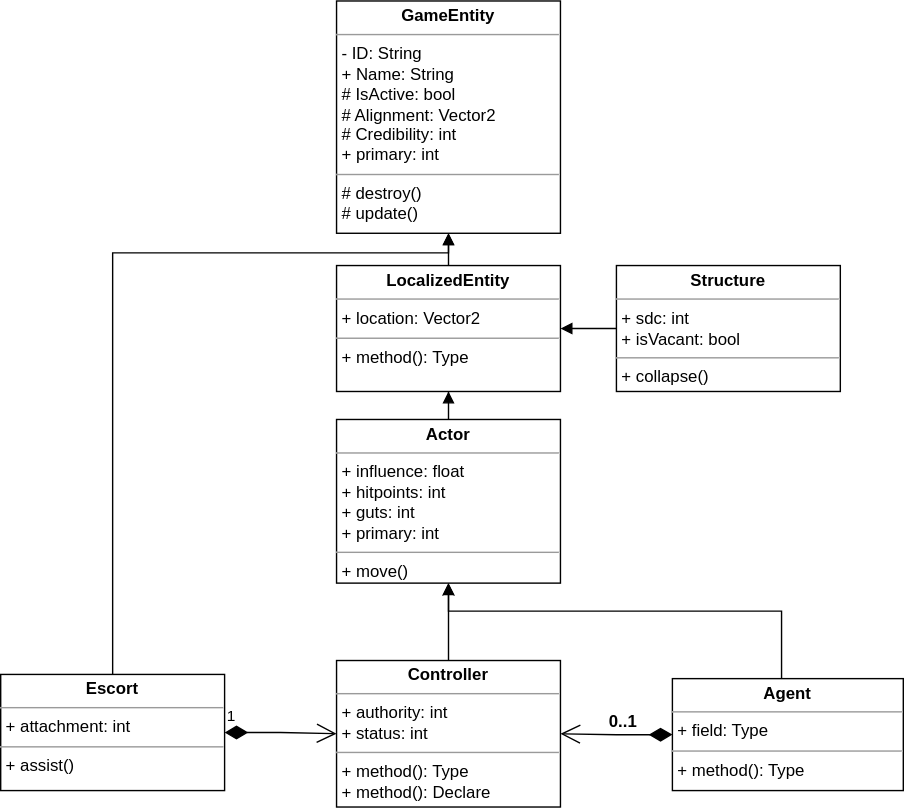
Above: TheProspector/Assets/Schematics/Entity.svg in SakuNurmiranta/TheProspector (draw.io), before the change. Source tidied: cells renumbered, new cells last; positions are measured from the earlier drawing's top-left corner, leaving out a move shared by most shapes. The source it was exported from:
```xml
<mxGraphModel>
  <root>
    <mxCell id="0" />
    <mxCell id="1" parent="0" />
    <mxCell id="2" value="&lt;p style=&quot;margin:0px;margin-top:4px;text-align:center;&quot;&gt;&lt;b&gt;GameEntity&lt;/b&gt;&lt;/p&gt;&lt;hr size=&quot;1&quot;&gt;&lt;p style=&quot;margin:0px;margin-left:4px;&quot;&gt;- ID: String&lt;/p&gt;&lt;p style=&quot;border-color: var(--border-color); margin: 0px 0px 0px 4px;&quot;&gt;+ Name: String&lt;/p&gt;&lt;p style=&quot;border-color: var(--border-color); margin: 0px 0px 0px 4px;&quot;&gt;# IsActive: bool&lt;/p&gt;&lt;p style=&quot;border-color: var(--border-color); margin: 0px 0px 0px 4px;&quot;&gt;# Alignment: Vector2&lt;/p&gt;&lt;p style=&quot;border-color: var(--border-color); margin: 0px 0px 0px 4px;&quot;&gt;# Credibility: int&lt;/p&gt;&lt;p style=&quot;border-color: var(--border-color); margin: 0px 0px 0px 4px;&quot;&gt;+ primary: int&lt;/p&gt;&lt;hr size=&quot;1&quot;&gt;&lt;p style=&quot;margin:0px;margin-left:4px;&quot;&gt;&lt;span style=&quot;background-color: initial;&quot;&gt;# destroy()&lt;/span&gt;&lt;br&gt;&lt;/p&gt;&lt;p style=&quot;margin:0px;margin-left:4px;&quot;&gt;# update()&lt;/p&gt;" style="verticalAlign=top;align=left;overflow=fill;fontSize=12;fontFamily=Helvetica;html=1;whiteSpace=wrap;" parent="1" vertex="1">
      <mxGeometry x="240" width="160" height="166" as="geometry" />
    </mxCell>
    <mxCell id="3" style="edgeStyle=orthogonalEdgeStyle;rounded=0;jettySize=auto;html=1;entryX=0.5;entryY=1;entryDx=0;entryDy=0;endArrow=block;endFill=1;" parent="1" edge="1" source="4" target="9">
      <mxGeometry relative="1" as="geometry" />
    </mxCell>
    <mxCell id="4" value="&lt;p style=&quot;margin:0px;margin-top:4px;text-align:center;&quot;&gt;&lt;b&gt;Controller&lt;/b&gt;&lt;/p&gt;&lt;hr size=&quot;1&quot;&gt;&lt;p style=&quot;margin:0px;margin-left:4px;&quot;&gt;+ authority: int&lt;/p&gt;&lt;p style=&quot;margin:0px;margin-left:4px;&quot;&gt;+ status: int&lt;/p&gt;&lt;hr size=&quot;1&quot;&gt;&lt;p style=&quot;margin:0px;margin-left:4px;&quot;&gt;+ method(): Type&lt;/p&gt;&lt;p style=&quot;margin:0px;margin-left:4px;&quot;&gt;+ method(): Declare&lt;/p&gt;" style="verticalAlign=top;align=left;overflow=fill;fontSize=12;fontFamily=Helvetica;html=1;whiteSpace=wrap;" parent="1" vertex="1">
      <mxGeometry x="240" y="471.3" width="160" height="104.7" as="geometry" />
    </mxCell>
    <mxCell id="5" style="edgeStyle=orthogonalEdgeStyle;rounded=0;jettySize=auto;html=1;entryX=0.5;entryY=1;entryDx=0;entryDy=0;" parent="1" edge="1" source="6" target="9">
      <mxGeometry relative="1" as="geometry">
        <Array as="points">
          <mxPoint x="558" y="436" />
          <mxPoint x="320" y="436" />
        </Array>
      </mxGeometry>
    </mxCell>
    <mxCell id="6" value="&lt;p style=&quot;margin:0px;margin-top:4px;text-align:center;&quot;&gt;&lt;b&gt;Agent&lt;/b&gt;&lt;/p&gt;&lt;hr size=&quot;1&quot;&gt;&lt;p style=&quot;margin:0px;margin-left:4px;&quot;&gt;+ field: Type&lt;/p&gt;&lt;hr size=&quot;1&quot;&gt;&lt;p style=&quot;margin:0px;margin-left:4px;&quot;&gt;+ method(): Type&lt;/p&gt;" style="verticalAlign=top;align=left;overflow=fill;fontSize=12;fontFamily=Helvetica;html=1;whiteSpace=wrap;" parent="1" vertex="1">
      <mxGeometry x="480" y="484.2" width="165" height="80" as="geometry" />
    </mxCell>
    <mxCell id="7" value="&lt;font style=&quot;font-size: 12px;&quot;&gt;&lt;b&gt;0..1&lt;/b&gt;&lt;/font&gt;" style="endArrow=open;html=1;endSize=12;startArrow=diamondThin;startSize=14;startFill=1;edgeStyle=orthogonalEdgeStyle;align=left;verticalAlign=bottom;rounded=0;exitX=0;exitY=0.5;exitDx=0;exitDy=0;entryX=1;entryY=0.5;entryDx=0;entryDy=0;" parent="1" edge="1" source="6" target="4">
      <mxGeometry x="0.2" relative="1" as="geometry" />
    </mxCell>
    <mxCell id="8" style="edgeStyle=orthogonalEdgeStyle;rounded=0;jettySize=auto;html=1;endArrow=block;endFill=1;" parent="1" edge="1" source="9" target="14">
      <mxGeometry relative="1" as="geometry" />
    </mxCell>
    <mxCell id="9" value="&lt;p style=&quot;margin:0px;margin-top:4px;text-align:center;&quot;&gt;&lt;b&gt;Actor&lt;/b&gt;&lt;/p&gt;&lt;hr size=&quot;1&quot;&gt;&lt;p style=&quot;margin:0px;margin-left:4px;&quot;&gt;&lt;span style=&quot;background-color: initial;&quot;&gt;+ influence: float&lt;/span&gt;&lt;br&gt;&lt;/p&gt;&lt;p style=&quot;margin:0px;margin-left:4px;&quot;&gt;&lt;span style=&quot;background-color: initial;&quot;&gt;+ hitpoints: int&lt;/span&gt;&lt;/p&gt;&lt;p style=&quot;margin:0px;margin-left:4px;&quot;&gt;&lt;span style=&quot;background-color: initial;&quot;&gt;+ guts: int&lt;/span&gt;&lt;/p&gt;&lt;p style=&quot;margin:0px;margin-left:4px;&quot;&gt;&lt;span style=&quot;background-color: initial;&quot;&gt;+ primary: int&lt;/span&gt;&lt;/p&gt;&lt;hr size=&quot;1&quot;&gt;&lt;p style=&quot;margin:0px;margin-left:4px;&quot;&gt;+ move()&lt;/p&gt;" style="verticalAlign=top;align=left;overflow=fill;fontSize=12;fontFamily=Helvetica;html=1;whiteSpace=wrap;" parent="1" vertex="1">
      <mxGeometry x="240" y="299.1" width="160" height="116.9" as="geometry" />
    </mxCell>
    <mxCell id="10" style="edgeStyle=orthogonalEdgeStyle;rounded=0;jettySize=auto;html=1;entryX=0.5;entryY=1;entryDx=0;entryDy=0;endArrow=block;endFill=1;" parent="1" edge="1" source="11" target="2">
      <mxGeometry relative="1" as="geometry">
        <Array as="points">
          <mxPoint x="80" y="180.1" />
          <mxPoint x="320" y="180.1" />
        </Array>
      </mxGeometry>
    </mxCell>
    <mxCell id="11" value="&lt;p style=&quot;margin:0px;margin-top:4px;text-align:center;&quot;&gt;&lt;b&gt;Escort&lt;/b&gt;&lt;/p&gt;&lt;hr size=&quot;1&quot;&gt;&lt;p style=&quot;margin:0px;margin-left:4px;&quot;&gt;+ attachment: int&lt;br&gt;&lt;/p&gt;&lt;hr size=&quot;1&quot;&gt;&lt;p style=&quot;margin:0px;margin-left:4px;&quot;&gt;+ assist()&lt;/p&gt;" style="verticalAlign=top;align=left;overflow=fill;fontSize=12;fontFamily=Helvetica;html=1;whiteSpace=wrap;" parent="1" vertex="1">
      <mxGeometry y="481.2" width="160" height="83" as="geometry" />
    </mxCell>
    <mxCell id="12" value="1" style="endArrow=open;html=1;endSize=12;startArrow=diamondThin;startSize=14;startFill=1;edgeStyle=orthogonalEdgeStyle;align=left;verticalAlign=bottom;rounded=0;" parent="1" edge="1" source="11" target="4">
      <mxGeometry x="-1" y="3" relative="1" as="geometry" />
    </mxCell>
    <mxCell id="13" style="edgeStyle=orthogonalEdgeStyle;rounded=0;jettySize=auto;html=1;endArrow=block;endFill=1;" parent="1" edge="1" source="14" target="2">
      <mxGeometry relative="1" as="geometry" />
    </mxCell>
    <mxCell id="14" value="&lt;p style=&quot;margin:0px;margin-top:4px;text-align:center;&quot;&gt;&lt;b&gt;LocalizedEntity&lt;/b&gt;&lt;/p&gt;&lt;hr size=&quot;1&quot;&gt;&lt;p style=&quot;margin:0px;margin-left:4px;&quot;&gt;+ location: Vector2&lt;/p&gt;&lt;hr size=&quot;1&quot;&gt;&lt;p style=&quot;margin:0px;margin-left:4px;&quot;&gt;+ method(): Type&lt;/p&gt;" style="verticalAlign=top;align=left;overflow=fill;fontSize=12;fontFamily=Helvetica;html=1;whiteSpace=wrap;" parent="1" vertex="1">
      <mxGeometry x="240" y="189.1" width="160" height="90" as="geometry" />
    </mxCell>
    <mxCell id="15" style="edgeStyle=orthogonalEdgeStyle;rounded=0;jettySize=auto;html=1;entryX=1;entryY=0.5;entryDx=0;entryDy=0;endArrow=block;endFill=1;" parent="1" edge="1" source="16" target="14">
      <mxGeometry relative="1" as="geometry" />
    </mxCell>
    <mxCell id="16" value="&lt;p style=&quot;margin:0px;margin-top:4px;text-align:center;&quot;&gt;&lt;b&gt;Structure&lt;/b&gt;&lt;/p&gt;&lt;hr size=&quot;1&quot;&gt;&lt;p style=&quot;margin:0px;margin-left:4px;&quot;&gt;+ sdc: int&lt;/p&gt;&lt;p style=&quot;margin:0px;margin-left:4px;&quot;&gt;+ isVacant: bool&lt;/p&gt;&lt;hr size=&quot;1&quot;&gt;&lt;p style=&quot;margin:0px;margin-left:4px;&quot;&gt;+ collapse()&lt;/p&gt;" style="verticalAlign=top;align=left;overflow=fill;fontSize=12;fontFamily=Helvetica;html=1;whiteSpace=wrap;" parent="1" vertex="1">
      <mxGeometry x="440" y="189.1" width="160" height="90" as="geometry" />
    </mxCell>
  </root>
</mxGraphModel>
```
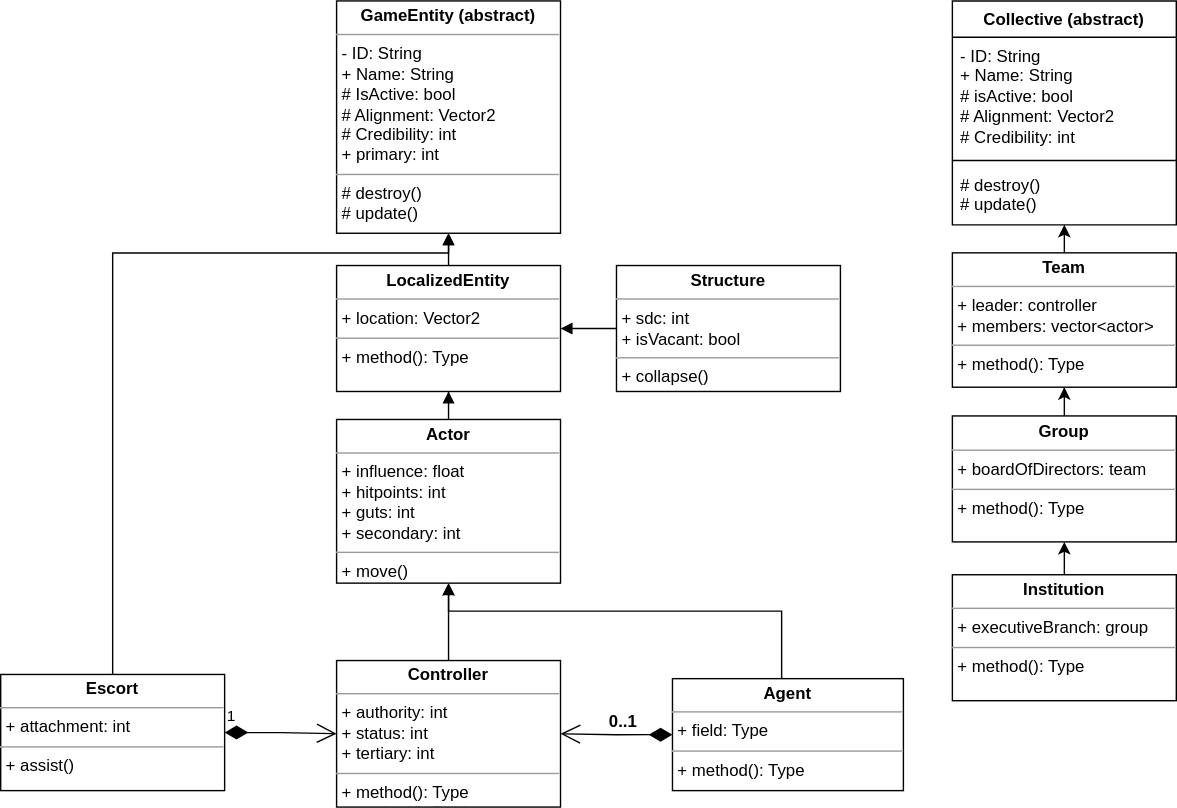
The same file after the commit.

Commit message:
Started to design the collective class

The edit, as a diff of the source:
```diff
@@ -2,13 +2,13 @@
   <root>
     <mxCell id="0" />
     <mxCell id="1" parent="0" />
-    <mxCell id="2" value="&lt;p style=&quot;margin:0px;margin-top:4px;text-align:center;&quot;&gt;&lt;b&gt;GameEntity&lt;/b&gt;&lt;/p&gt;&lt;hr size=&quot;1&quot;&gt;&lt;p style=&quot;margin:0px;margin-left:4px;&quot;&gt;- ID: String&lt;/p&gt;&lt;p style=&quot;border-color: var(--border-color); margin: 0px 0px 0px 4px;&quot;&gt;+ Name: String&lt;/p&gt;&lt;p style=&quot;border-color: var(--border-color); margin: 0px 0px 0px 4px;&quot;&gt;# IsActive: bool&lt;/p&gt;&lt;p style=&quot;border-color: var(--border-color); margin: 0px 0px 0px 4px;&quot;&gt;# Alignment: Vector2&lt;/p&gt;&lt;p style=&quot;border-color: var(--border-color); margin: 0px 0px 0px 4px;&quot;&gt;# Credibility: int&lt;/p&gt;&lt;p style=&quot;border-color: var(--border-color); margin: 0px 0px 0px 4px;&quot;&gt;+ primary: int&lt;/p&gt;&lt;hr size=&quot;1&quot;&gt;&lt;p style=&quot;margin:0px;margin-left:4px;&quot;&gt;&lt;span style=&quot;background-color: initial;&quot;&gt;# destroy()&lt;/span&gt;&lt;br&gt;&lt;/p&gt;&lt;p style=&quot;margin:0px;margin-left:4px;&quot;&gt;# update()&lt;/p&gt;" style="verticalAlign=top;align=left;overflow=fill;fontSize=12;fontFamily=Helvetica;html=1;whiteSpace=wrap;" parent="1" vertex="1">
+    <mxCell id="2" value="&lt;p style=&quot;margin:0px;margin-top:4px;text-align:center;&quot;&gt;&lt;b&gt;GameEntity (abstract)&lt;/b&gt;&lt;/p&gt;&lt;hr size=&quot;1&quot;&gt;&lt;p style=&quot;margin:0px;margin-left:4px;&quot;&gt;- ID: String&lt;/p&gt;&lt;p style=&quot;border-color: var(--border-color); margin: 0px 0px 0px 4px;&quot;&gt;+ Name: String&lt;/p&gt;&lt;p style=&quot;border-color: var(--border-color); margin: 0px 0px 0px 4px;&quot;&gt;# IsActive: bool&lt;/p&gt;&lt;p style=&quot;border-color: var(--border-color); margin: 0px 0px 0px 4px;&quot;&gt;# Alignment: Vector2&lt;/p&gt;&lt;p style=&quot;border-color: var(--border-color); margin: 0px 0px 0px 4px;&quot;&gt;# Credibility: int&lt;/p&gt;&lt;p style=&quot;border-color: var(--border-color); margin: 0px 0px 0px 4px;&quot;&gt;+ primary: int&lt;/p&gt;&lt;hr size=&quot;1&quot;&gt;&lt;p style=&quot;margin:0px;margin-left:4px;&quot;&gt;&lt;span style=&quot;background-color: initial;&quot;&gt;# destroy()&lt;/span&gt;&lt;br&gt;&lt;/p&gt;&lt;p style=&quot;margin:0px;margin-left:4px;&quot;&gt;# update()&lt;/p&gt;" style="verticalAlign=top;align=left;overflow=fill;fontSize=12;fontFamily=Helvetica;html=1;whiteSpace=wrap;" parent="1" vertex="1">
       <mxGeometry x="240" width="160" height="166" as="geometry" />
     </mxCell>
     <mxCell id="3" style="edgeStyle=orthogonalEdgeStyle;rounded=0;jettySize=auto;html=1;entryX=0.5;entryY=1;entryDx=0;entryDy=0;endArrow=block;endFill=1;" parent="1" edge="1" source="4" target="9">
       <mxGeometry relative="1" as="geometry" />
     </mxCell>
-    <mxCell id="4" value="&lt;p style=&quot;margin:0px;margin-top:4px;text-align:center;&quot;&gt;&lt;b&gt;Controller&lt;/b&gt;&lt;/p&gt;&lt;hr size=&quot;1&quot;&gt;&lt;p style=&quot;margin:0px;margin-left:4px;&quot;&gt;+ authority: int&lt;/p&gt;&lt;p style=&quot;margin:0px;margin-left:4px;&quot;&gt;+ status: int&lt;/p&gt;&lt;hr size=&quot;1&quot;&gt;&lt;p style=&quot;margin:0px;margin-left:4px;&quot;&gt;+ method(): Type&lt;/p&gt;&lt;p style=&quot;margin:0px;margin-left:4px;&quot;&gt;+ method(): Declare&lt;/p&gt;" style="verticalAlign=top;align=left;overflow=fill;fontSize=12;fontFamily=Helvetica;html=1;whiteSpace=wrap;" parent="1" vertex="1">
+    <mxCell id="4" value="&lt;p style=&quot;margin:0px;margin-top:4px;text-align:center;&quot;&gt;&lt;b&gt;Controller&lt;/b&gt;&lt;/p&gt;&lt;hr size=&quot;1&quot;&gt;&lt;p style=&quot;margin:0px;margin-left:4px;&quot;&gt;+ authority: int&lt;/p&gt;&lt;p style=&quot;margin:0px;margin-left:4px;&quot;&gt;+ status: int&lt;/p&gt;&lt;p style=&quot;margin:0px;margin-left:4px;&quot;&gt;+ tertiary: int&lt;/p&gt;&lt;hr size=&quot;1&quot;&gt;&lt;p style=&quot;margin:0px;margin-left:4px;&quot;&gt;+ method(): Type&lt;/p&gt;&lt;p style=&quot;margin:0px;margin-left:4px;&quot;&gt;+ method(): Declare&lt;/p&gt;" style="verticalAlign=top;align=left;overflow=fill;fontSize=12;fontFamily=Helvetica;html=1;whiteSpace=wrap;" parent="1" vertex="1">
       <mxGeometry x="240" y="471.3" width="160" height="104.7" as="geometry" />
     </mxCell>
     <mxCell id="5" style="edgeStyle=orthogonalEdgeStyle;rounded=0;jettySize=auto;html=1;entryX=0.5;entryY=1;entryDx=0;entryDy=0;" parent="1" edge="1" source="6" target="9">
@@ -28,7 +28,7 @@
     <mxCell id="8" style="edgeStyle=orthogonalEdgeStyle;rounded=0;jettySize=auto;html=1;endArrow=block;endFill=1;" parent="1" edge="1" source="9" target="14">
       <mxGeometry relative="1" as="geometry" />
     </mxCell>
-    <mxCell id="9" value="&lt;p style=&quot;margin:0px;margin-top:4px;text-align:center;&quot;&gt;&lt;b&gt;Actor&lt;/b&gt;&lt;/p&gt;&lt;hr size=&quot;1&quot;&gt;&lt;p style=&quot;margin:0px;margin-left:4px;&quot;&gt;&lt;span style=&quot;background-color: initial;&quot;&gt;+ influence: float&lt;/span&gt;&lt;br&gt;&lt;/p&gt;&lt;p style=&quot;margin:0px;margin-left:4px;&quot;&gt;&lt;span style=&quot;background-color: initial;&quot;&gt;+ hitpoints: int&lt;/span&gt;&lt;/p&gt;&lt;p style=&quot;margin:0px;margin-left:4px;&quot;&gt;&lt;span style=&quot;background-color: initial;&quot;&gt;+ guts: int&lt;/span&gt;&lt;/p&gt;&lt;p style=&quot;margin:0px;margin-left:4px;&quot;&gt;&lt;span style=&quot;background-color: initial;&quot;&gt;+ primary: int&lt;/span&gt;&lt;/p&gt;&lt;hr size=&quot;1&quot;&gt;&lt;p style=&quot;margin:0px;margin-left:4px;&quot;&gt;+ move()&lt;/p&gt;" style="verticalAlign=top;align=left;overflow=fill;fontSize=12;fontFamily=Helvetica;html=1;whiteSpace=wrap;" parent="1" vertex="1">
+    <mxCell id="9" value="&lt;p style=&quot;margin:0px;margin-top:4px;text-align:center;&quot;&gt;&lt;b&gt;Actor&lt;/b&gt;&lt;/p&gt;&lt;hr size=&quot;1&quot;&gt;&lt;p style=&quot;margin:0px;margin-left:4px;&quot;&gt;&lt;span style=&quot;background-color: initial;&quot;&gt;+ influence: float&lt;/span&gt;&lt;br&gt;&lt;/p&gt;&lt;p style=&quot;margin:0px;margin-left:4px;&quot;&gt;&lt;span style=&quot;background-color: initial;&quot;&gt;+ hitpoints: int&lt;/span&gt;&lt;/p&gt;&lt;p style=&quot;margin:0px;margin-left:4px;&quot;&gt;&lt;span style=&quot;background-color: initial;&quot;&gt;+ guts: int&lt;/span&gt;&lt;/p&gt;&lt;p style=&quot;margin:0px;margin-left:4px;&quot;&gt;&lt;span style=&quot;background-color: initial;&quot;&gt;+ secondary: int&lt;/span&gt;&lt;/p&gt;&lt;hr size=&quot;1&quot;&gt;&lt;p style=&quot;margin:0px;margin-left:4px;&quot;&gt;+ move()&lt;/p&gt;" style="verticalAlign=top;align=left;overflow=fill;fontSize=12;fontFamily=Helvetica;html=1;whiteSpace=wrap;" parent="1" vertex="1">
       <mxGeometry x="240" y="299.1" width="160" height="116.9" as="geometry" />
     </mxCell>
     <mxCell id="10" style="edgeStyle=orthogonalEdgeStyle;rounded=0;jettySize=auto;html=1;entryX=0.5;entryY=1;entryDx=0;entryDy=0;endArrow=block;endFill=1;" parent="1" edge="1" source="11" target="2">
@@ -57,5 +57,35 @@
     <mxCell id="16" value="&lt;p style=&quot;margin:0px;margin-top:4px;text-align:center;&quot;&gt;&lt;b&gt;Structure&lt;/b&gt;&lt;/p&gt;&lt;hr size=&quot;1&quot;&gt;&lt;p style=&quot;margin:0px;margin-left:4px;&quot;&gt;+ sdc: int&lt;/p&gt;&lt;p style=&quot;margin:0px;margin-left:4px;&quot;&gt;+ isVacant: bool&lt;/p&gt;&lt;hr size=&quot;1&quot;&gt;&lt;p style=&quot;margin:0px;margin-left:4px;&quot;&gt;+ collapse()&lt;/p&gt;" style="verticalAlign=top;align=left;overflow=fill;fontSize=12;fontFamily=Helvetica;html=1;whiteSpace=wrap;" parent="1" vertex="1">
       <mxGeometry x="440" y="189.1" width="160" height="90" as="geometry" />
     </mxCell>
+    <mxCell id="17" value="Collective (abstract)" style="swimlane;fontStyle=1;align=center;verticalAlign=top;horizontal=1;startSize=26;whiteSpace=wrap;html=1;" parent="1" vertex="1">
+      <mxGeometry x="680" width="160" height="160" as="geometry" />
+    </mxCell>
+    <mxCell id="18" value="- ID: String&lt;br&gt;+ Name: String&lt;br&gt;# isActive: bool&lt;br&gt;# Alignment: Vector2&lt;br&gt;# Credibility: int" style="text;strokeColor=none;fillColor=none;align=left;verticalAlign=top;spacingLeft=4;spacingRight=4;overflow=hidden;whiteSpace=wrap;html=1;" parent="17" vertex="1">
+      <mxGeometry y="26" width="160" height="84" as="geometry" />
+    </mxCell>
+    <mxCell id="19" style="line;strokeWidth=1;fillColor=none;align=left;verticalAlign=middle;spacingTop=-1;spacingLeft=3;spacingRight=3;labelPosition=right;strokeColor=inherit;" parent="17" vertex="1">
+      <mxGeometry y="110" width="160" height="8" as="geometry" />
+    </mxCell>
+    <mxCell id="20" value="# destroy()&lt;br&gt;# update()" style="text;strokeColor=none;fillColor=none;align=left;verticalAlign=top;spacingLeft=4;spacingRight=4;overflow=hidden;points=[[0,0.5],[1,0.5]];portConstraint=eastwest;whiteSpace=wrap;html=1;" parent="17" vertex="1">
+      <mxGeometry y="118" width="160" height="42" as="geometry" />
+    </mxCell>
+    <mxCell id="21" value="&lt;p style=&quot;margin:0px;margin-top:4px;text-align:center;&quot;&gt;&lt;b&gt;Team&lt;/b&gt;&lt;/p&gt;&lt;hr size=&quot;1&quot;&gt;&lt;p style=&quot;margin:0px;margin-left:4px;&quot;&gt;+ leader: controller&lt;/p&gt;&lt;p style=&quot;margin:0px;margin-left:4px;&quot;&gt;+ members: vector&amp;lt;actor&amp;gt;&lt;/p&gt;&lt;hr size=&quot;1&quot;&gt;&lt;p style=&quot;margin:0px;margin-left:4px;&quot;&gt;+ method(): Type&lt;/p&gt;" style="verticalAlign=top;align=left;overflow=fill;fontSize=12;fontFamily=Helvetica;html=1;whiteSpace=wrap;" parent="1" vertex="1">
+      <mxGeometry x="680" y="180" width="160" height="96" as="geometry" />
+    </mxCell>
+    <mxCell id="22" style="edgeStyle=orthogonalEdgeStyle;rounded=0;jettySize=auto;html=1;entryX=0.495;entryY=0.99;entryDx=0;entryDy=0;entryPerimeter=0;" parent="1" edge="1" source="21" target="20">
+      <mxGeometry relative="1" as="geometry" />
+    </mxCell>
+    <mxCell id="23" style="edgeStyle=orthogonalEdgeStyle;rounded=0;jettySize=auto;html=1;entryX=0.5;entryY=1;entryDx=0;entryDy=0;" parent="1" edge="1" source="24" target="21">
+      <mxGeometry relative="1" as="geometry" />
+    </mxCell>
+    <mxCell id="24" value="&lt;p style=&quot;margin:0px;margin-top:4px;text-align:center;&quot;&gt;&lt;b&gt;Group&lt;/b&gt;&lt;/p&gt;&lt;hr size=&quot;1&quot;&gt;&lt;p style=&quot;margin:0px;margin-left:4px;&quot;&gt;+ boardOfDirectors: team&lt;/p&gt;&lt;hr size=&quot;1&quot;&gt;&lt;p style=&quot;margin:0px;margin-left:4px;&quot;&gt;+ method(): Type&lt;/p&gt;" style="verticalAlign=top;align=left;overflow=fill;fontSize=12;fontFamily=Helvetica;html=1;whiteSpace=wrap;" parent="1" vertex="1">
+      <mxGeometry x="680" y="296.5" width="160" height="90" as="geometry" />
+    </mxCell>
+    <mxCell id="25" style="edgeStyle=orthogonalEdgeStyle;rounded=0;jettySize=auto;html=1;entryX=0.5;entryY=1;entryDx=0;entryDy=0;" parent="1" edge="1" source="26" target="24">
+      <mxGeometry relative="1" as="geometry" />
+    </mxCell>
+    <mxCell id="26" value="&lt;p style=&quot;margin:0px;margin-top:4px;text-align:center;&quot;&gt;&lt;b&gt;Institution&lt;/b&gt;&lt;/p&gt;&lt;hr size=&quot;1&quot;&gt;&lt;p style=&quot;margin:0px;margin-left:4px;&quot;&gt;+ executiveBranch: group&lt;/p&gt;&lt;hr size=&quot;1&quot;&gt;&lt;p style=&quot;margin:0px;margin-left:4px;&quot;&gt;+ method(): Type&lt;/p&gt;" style="verticalAlign=top;align=left;overflow=fill;fontSize=12;fontFamily=Helvetica;html=1;whiteSpace=wrap;" parent="1" vertex="1">
+      <mxGeometry x="680" y="410" width="160" height="90" as="geometry" />
+    </mxCell>
   </root>
 </mxGraphModel>
```
